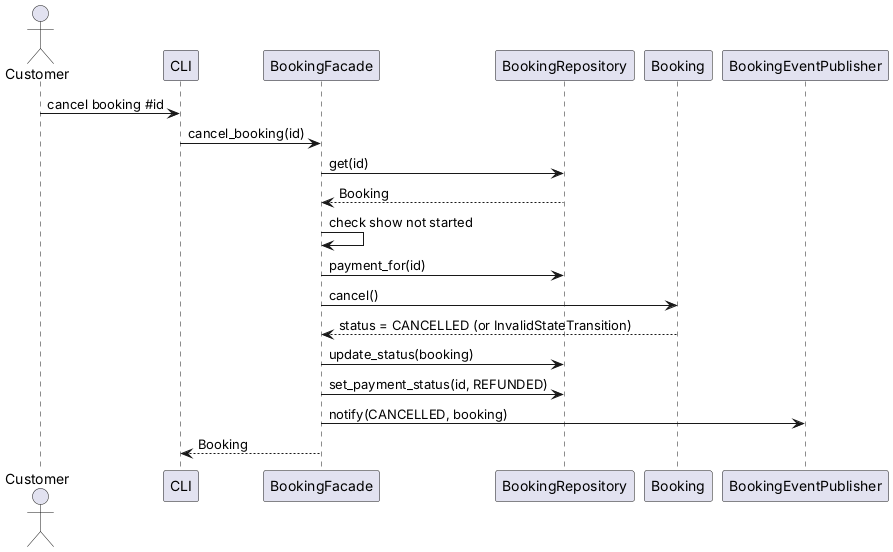
meerakumar-1/cinebook-ooad keeps this PlantUML diagram as cinebook/cinebook/docs/uml/png/sequence_cancel.png. Above is the earlier version.
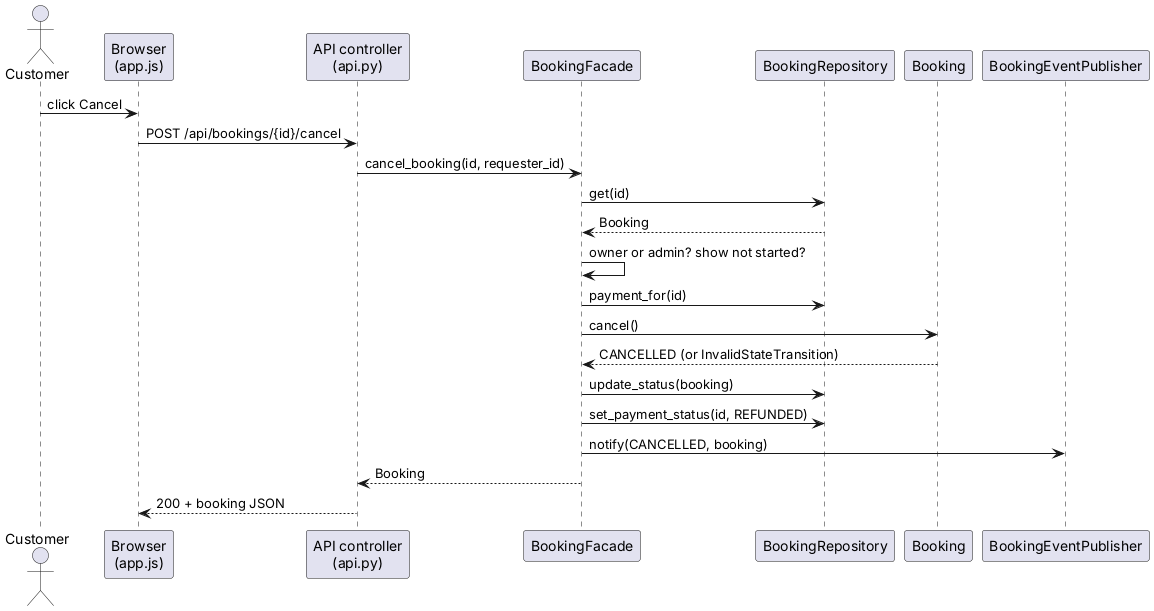
The same file after the commit.

What changed in the source:
```diff
@@ -1,20 +1,23 @@
 @startuml sequence_cancel
 actor Customer
-participant CLI
+participant "Browser\n(app.js)" as UI
+participant "API controller\n(api.py)" as API
 participant BookingFacade as F
 participant BookingRepository as BR
 participant Booking as B
 participant BookingEventPublisher as Pub
-Customer -> CLI : cancel booking #id
-CLI -> F : cancel_booking(id)
+Customer -> UI : click Cancel
+UI -> API : POST /api/bookings/{id}/cancel
+API -> F : cancel_booking(id, requester_id)
 F -> BR : get(id)
 BR --> F : Booking
-F -> F : check show not started
+F -> F : owner or admin? show not started?
 F -> BR : payment_for(id)
 F -> B : cancel()
-B --> F : status = CANCELLED (or InvalidStateTransition)
+B --> F : CANCELLED (or InvalidStateTransition)
 F -> BR : update_status(booking)
 F -> BR : set_payment_status(id, REFUNDED)
 F -> Pub : notify(CANCELLED, booking)
-F --> CLI : Booking
+F --> API : Booking
+API --> UI : 200 + booking JSON
 @enduml
```
